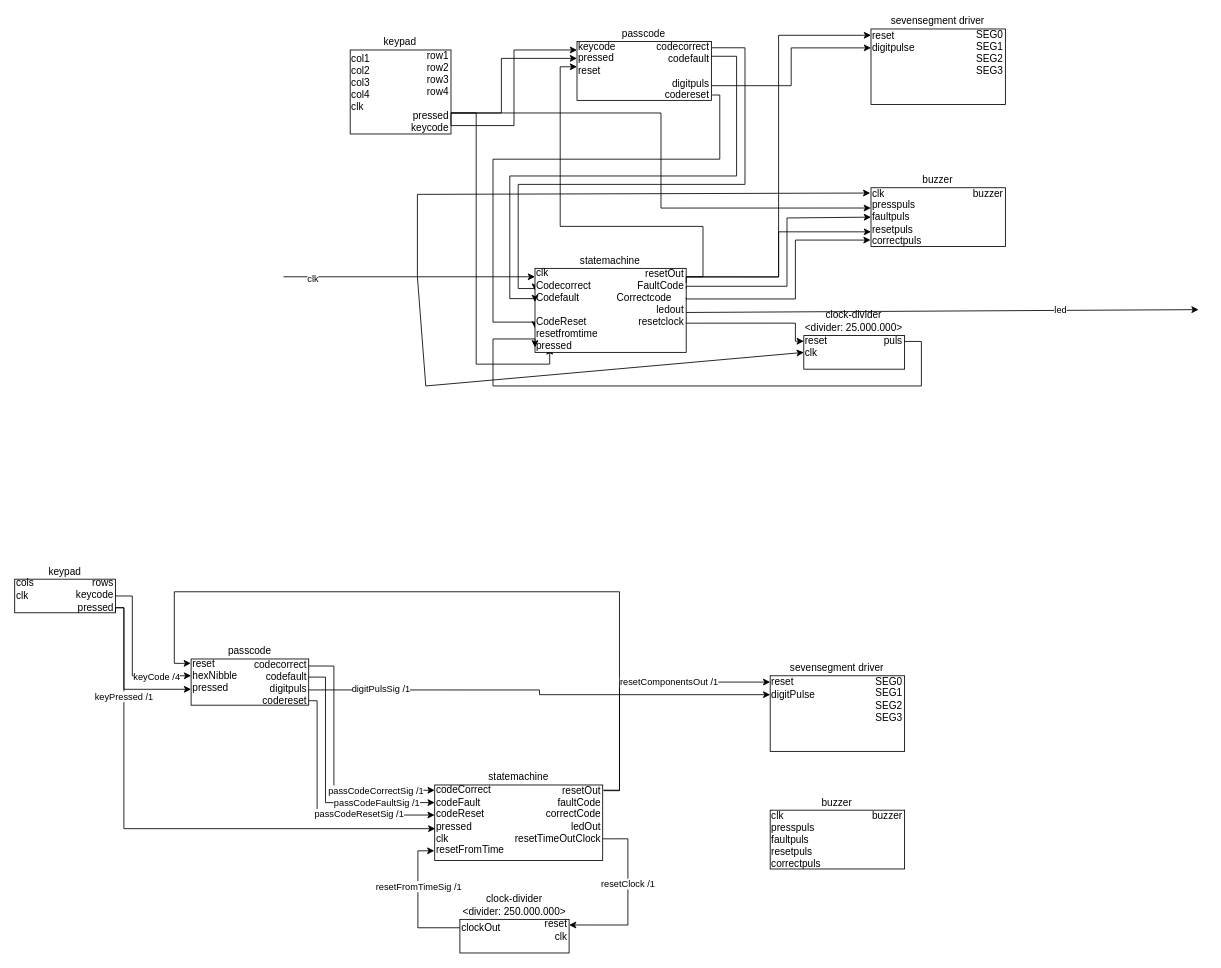
Above: page "diagram" (3 of 3) of eindopdracht.drawio in OlafGoud/HWP-keypad (draw.io), before the change. Source tidied: cells renumbered, new cells numbered last; positions are measured from the earlier drawing's top-left corner, leaving out a move shared by most shapes. Both pictures are drawn from the tidied source at 84%, with x=0, y=0 at pixel (14, 29).
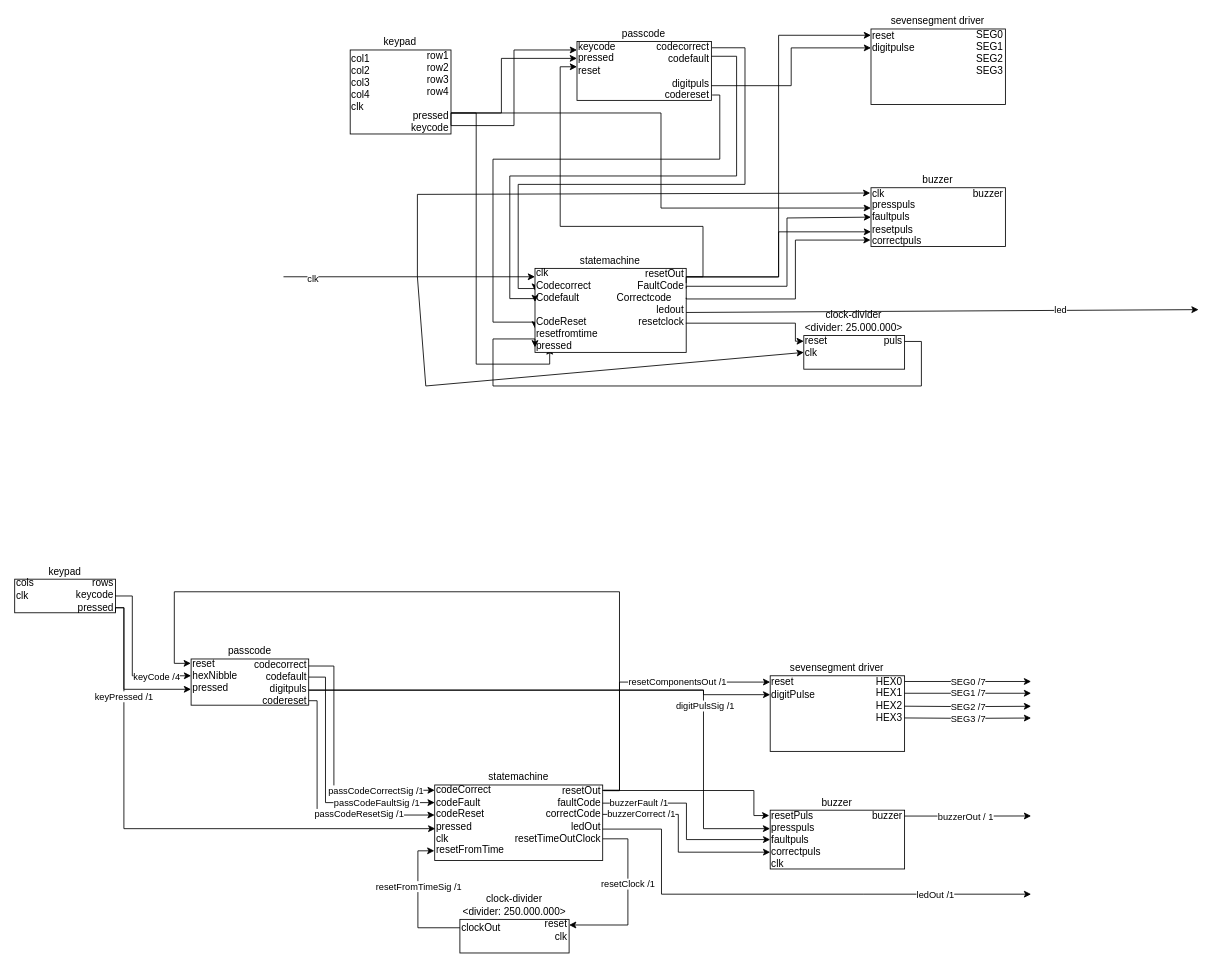
Above is the later version.

The change refers to these unchanged cells:
```xml
<mxCell id="47" style="edgeStyle=orthogonalEdgeStyle;shape=connector;rounded=0;jettySize=auto;html=1;exitX=1.006;exitY=0.088;exitDx=0;exitDy=0;entryX=0;entryY=0.25;entryDx=0;entryDy=0;strokeColor=default;align=center;verticalAlign=middle;fontFamily=Helvetica;fontSize=11;fontColor=default;labelBackgroundColor=default;defaultLabelBackgroundColor=page;endArrow=classic;exitPerimeter=0;" parent="1" edge="1" source="49" target="77">
  <mxGeometry x="-0.03" relative="1" as="geometry">
    <Array as="points">
      <mxPoint x="720" y="906.2" />
      <mxPoint x="720" y="777.5" />
    </Array>
  </mxGeometry>
</mxCell>
<mxCell id="49" value="resetOut&lt;div&gt;faultCode&lt;/div&gt;&lt;div&gt;correctCode&lt;/div&gt;&lt;div&gt;ledOut&lt;/div&gt;&lt;div&gt;resetTimeOutClock&lt;/div&gt;" style="text;html=1;whiteSpace=wrap;strokeColor=none;fillColor=none;align=right;verticalAlign=middle;rounded=0;" parent="1" vertex="1">
  <mxGeometry x="600" y="900" width="100" height="70" as="geometry" />
</mxCell>
<mxCell id="62" value="codecorrect&lt;div&gt;codefault&lt;/div&gt;&lt;div&gt;&lt;span style=&quot;background-color: transparent; color: light-dark(#000000, var(--ge-light-color, #ffffff));&quot;&gt;digitpuls&lt;/span&gt;&lt;/div&gt;&lt;div&gt;&lt;span style=&quot;background-color: transparent; color: light-dark(#000000, var(--ge-light-color, #ffffff));&quot;&gt;codereset&lt;/span&gt;&lt;/div&gt;" style="text;html=1;whiteSpace=wrap;strokeColor=none;fillColor=none;align=right;verticalAlign=middle;rounded=0;" parent="1" vertex="1">
  <mxGeometry x="280" y="750" width="70" height="55" as="geometry" />
</mxCell>
<mxCell id="77" value="reset&lt;div&gt;digitPulse&lt;/div&gt;" style="text;html=1;whiteSpace=wrap;strokeColor=none;fillColor=none;align=left;verticalAlign=middle;rounded=0;" parent="1" vertex="1">
  <mxGeometry x="899.4" y="770" width="60" height="30" as="geometry" />
</mxCell>
<mxCell id="80" value="buzzer" style="text;html=1;whiteSpace=wrap;strokeColor=none;fillColor=none;align=right;verticalAlign=middle;rounded=0;" parent="1" vertex="1">
  <mxGeometry x="999.4" y="930" width="60" height="14" as="geometry" />
</mxCell>
```

What changed in the source:
```diff
@@
     <mxCell id="48" value="&lt;span style=&quot;background-color: rgb(255, 255, 255);&quot;&gt;resetComponentsOut /1&lt;/span&gt;" style="edgeLabel;html=1;align=center;verticalAlign=middle;inheritText=1;defaultLabelBackgroundColor=page;" parent="47" vertex="1">
       <mxGeometry x="0.16" y="1" relative="1" as="geometry">
-        <mxPoint x="17" y="1" as="offset" />
+        <mxPoint x="27" y="1" as="offset" />
       </mxGeometry>
     </mxCell>
+    <mxCell id="81" style="edgeStyle=orthogonalEdgeStyle;shape=connector;rounded=0;jettySize=auto;html=1;exitX=0.998;exitY=0.309;exitDx=0;exitDy=0;entryX=0;entryY=0.5;entryDx=0;entryDy=0;strokeColor=default;align=center;verticalAlign=middle;fontFamily=Helvetica;fontSize=11;fontColor=default;labelBackgroundColor=default;defaultLabelBackgroundColor=page;endArrow=classic;exitPerimeter=0;" parent="1" edge="1" source="49" target="79">
+      <mxGeometry x="-0.02" relative="1" as="geometry" />
+    </mxCell>
+    <mxCell id="82" value="buzzerFault /1" style="edgeLabel;html=1;align=center;verticalAlign=middle;inheritText=1;defaultLabelBackgroundColor=page;" parent="81" vertex="1">
+      <mxGeometry x="-0.65" y="-2" relative="1" as="geometry">
+        <mxPoint y="-3" as="offset" />
+      </mxGeometry>
+    </mxCell>
+    <mxCell id="83" style="edgeStyle=orthogonalEdgeStyle;shape=connector;rounded=0;jettySize=auto;html=1;exitX=1;exitY=0.75;exitDx=0;exitDy=0;strokeColor=default;align=center;verticalAlign=middle;fontFamily=Helvetica;fontSize=11;fontColor=default;labelBackgroundColor=default;defaultLabelBackgroundColor=page;endArrow=classic;" parent="1" edge="1" source="49">
+      <mxGeometry x="-0.29" relative="1" as="geometry">
+        <mxPoint x="1210" y="1030" as="targetPoint" />
+        <Array as="points">
+          <mxPoint x="770" y="952.5" />
+          <mxPoint x="770" y="1030" />
+          <mxPoint x="1010" y="1030" />
+        </Array>
+      </mxGeometry>
+    </mxCell>
+    <mxCell id="84" value="ledOut /1" style="edgeLabel;html=1;align=center;verticalAlign=middle;inheritText=1;defaultLabelBackgroundColor=page;" parent="83" vertex="1">
+      <mxGeometry x="0.61" relative="1" as="geometry" />
+    </mxCell>
@@
     <mxCell id="60" style="edgeStyle=orthogonalEdgeStyle;shape=connector;rounded=0;jettySize=auto;html=1;exitX=0.996;exitY=0.67;exitDx=0;exitDy=0;entryX=0;entryY=0.75;entryDx=0;entryDy=0;strokeColor=default;align=center;verticalAlign=middle;fontFamily=Helvetica;fontSize=11;fontColor=default;labelBackgroundColor=default;defaultLabelBackgroundColor=page;endArrow=classic;exitPerimeter=0;" parent="1" edge="1" source="62" target="77">
-      <mxGeometry relative="1" as="geometry" />
+      <mxGeometry relative="1" as="geometry">
+        <Array as="points">
+          <mxPoint x="820" y="786.9" />
+          <mxPoint x="820" y="792.5" />
+        </Array>
+      </mxGeometry>
     </mxCell>
-    <mxCell id="61" value="digitPulsSig /1" style="edgeLabel;html=1;align=center;verticalAlign=middle;inheritText=1;defaultLabelBackgroundColor=page;" parent="60" vertex="1">
-      <mxGeometry x="-0.69" y="1" relative="1" as="geometry" />
-    </mxCell>
@@
+    <mxCell id="85" style="edgeStyle=orthogonalEdgeStyle;shape=connector;rounded=0;orthogonalLoop=1;jettySize=auto;html=1;exitX=1;exitY=0.25;exitDx=0;exitDy=0;strokeColor=default;align=center;verticalAlign=middle;fontFamily=Helvetica;fontSize=11;fontColor=default;labelBackgroundColor=default;defaultLabelBackgroundColor=page;endArrow=classic;" parent="1" edge="1">
+      <mxGeometry relative="1" as="geometry">
+        <mxPoint x="1059.4" y="776.8" as="sourcePoint" />
+        <mxPoint x="1210" y="776.8" as="targetPoint" />
+      </mxGeometry>
+    </mxCell>
+    <mxCell id="86" value="SEG0 /7" style="edgeLabel;html=1;align=center;verticalAlign=middle;inheritText=1;defaultLabelBackgroundColor=page;" parent="85" vertex="1">
+      <mxGeometry relative="1" as="geometry" />
+    </mxCell>
+    <mxCell id="87" style="edgeStyle=orthogonalEdgeStyle;shape=connector;rounded=0;orthogonalLoop=1;jettySize=auto;html=1;exitX=1;exitY=0.25;exitDx=0;exitDy=0;strokeColor=default;align=center;verticalAlign=middle;fontFamily=Helvetica;fontSize=11;fontColor=default;labelBackgroundColor=default;defaultLabelBackgroundColor=page;endArrow=classic;" parent="1" edge="1">
+      <mxGeometry relative="1" as="geometry">
+        <mxPoint x="1059.4" y="790.8" as="sourcePoint" />
+        <mxPoint x="1210" y="790.8" as="targetPoint" />
+      </mxGeometry>
+    </mxCell>
+    <mxCell id="88" value="SEG1 /7" style="edgeLabel;html=1;align=center;verticalAlign=middle;inheritText=1;defaultLabelBackgroundColor=page;" parent="87" vertex="1">
+      <mxGeometry relative="1" as="geometry" />
+    </mxCell>
+    <mxCell id="89" style="edgeStyle=orthogonalEdgeStyle;shape=connector;rounded=0;orthogonalLoop=1;jettySize=auto;html=1;exitX=1;exitY=0.75;exitDx=0;exitDy=0;strokeColor=default;align=center;verticalAlign=middle;fontFamily=Helvetica;fontSize=11;fontColor=default;labelBackgroundColor=default;defaultLabelBackgroundColor=page;endArrow=classic;" parent="1" edge="1">
+      <mxGeometry relative="1" as="geometry">
+        <mxPoint x="1059.4" y="806.2" as="sourcePoint" />
+        <mxPoint x="1210" y="806.3" as="targetPoint" />
+      </mxGeometry>
+    </mxCell>
+    <mxCell id="90" value="SEG2 /7" style="edgeLabel;html=1;align=center;verticalAlign=middle;inheritText=1;defaultLabelBackgroundColor=page;" parent="89" vertex="1">
+      <mxGeometry relative="1" as="geometry" />
+    </mxCell>
+    <mxCell id="91" style="edgeStyle=orthogonalEdgeStyle;shape=connector;rounded=0;orthogonalLoop=1;jettySize=auto;html=1;exitX=1;exitY=0.75;exitDx=0;exitDy=0;strokeColor=default;align=center;verticalAlign=middle;fontFamily=Helvetica;fontSize=11;fontColor=default;labelBackgroundColor=default;defaultLabelBackgroundColor=page;endArrow=classic;" parent="1" edge="1">
+      <mxGeometry relative="1" as="geometry">
+        <mxPoint x="1059.4" y="820.2" as="sourcePoint" />
+        <mxPoint x="1210" y="820.3" as="targetPoint" />
+      </mxGeometry>
+    </mxCell>
+    <mxCell id="92" value="SEG3 /7" style="edgeLabel;html=1;align=center;verticalAlign=middle;inheritText=1;defaultLabelBackgroundColor=page;" parent="91" vertex="1">
+      <mxGeometry relative="1" as="geometry" />
+    </mxCell>
-    <mxCell id="76" value="SEG0&lt;br&gt;SEG1&lt;div&gt;SEG2&lt;/div&gt;&lt;div&gt;SEG3&lt;/div&gt;" style="text;html=1;whiteSpace=wrap;strokeColor=none;fillColor=none;align=right;verticalAlign=middle;rounded=0;" parent="1" vertex="1">
+    <mxCell id="76" value="HEX0&lt;br&gt;HEX1&lt;div&gt;HEX2&lt;/div&gt;&lt;div&gt;HEX3&lt;/div&gt;" style="text;html=1;whiteSpace=wrap;strokeColor=none;fillColor=none;align=right;verticalAlign=middle;rounded=0;" parent="1" vertex="1">
       <mxGeometry x="999.4" y="770" width="60" height="55" as="geometry" />
     </mxCell>
@@
-    <mxCell id="79" value="&lt;div&gt;clk&lt;/div&gt;presspuls&lt;div&gt;faultpuls&lt;/div&gt;&lt;div&gt;resetpuls&lt;/div&gt;&lt;div&gt;correctpuls&lt;/div&gt;" style="text;html=1;whiteSpace=wrap;strokeColor=none;fillColor=none;align=left;verticalAlign=middle;rounded=0;" parent="1" vertex="1">
+    <mxCell id="79" value="&lt;div&gt;resetPuls&lt;/div&gt;presspuls&lt;div&gt;faultpuls&lt;/div&gt;&lt;div&gt;&lt;span style=&quot;background-color: transparent; color: light-dark(#000000, var(--ge-light-color, #ffffff));&quot;&gt;correctpuls&lt;/span&gt;&lt;/div&gt;&lt;div&gt;&lt;span style=&quot;background-color: transparent; color: light-dark(#000000, var(--ge-light-color, #ffffff));&quot;&gt;clk&lt;/span&gt;&lt;/div&gt;" style="text;html=1;whiteSpace=wrap;strokeColor=none;fillColor=none;align=left;verticalAlign=middle;rounded=0;" parent="1" vertex="1">
       <mxGeometry x="899.4" y="930" width="60" height="70" as="geometry" />
     </mxCell>
+    <mxCell id="93" style="edgeStyle=orthogonalEdgeStyle;shape=connector;rounded=0;jettySize=auto;html=1;exitX=1;exitY=0.5;exitDx=0;exitDy=0;strokeColor=default;align=center;verticalAlign=middle;fontFamily=Helvetica;fontSize=11;fontColor=default;labelBackgroundColor=default;defaultLabelBackgroundColor=page;endArrow=classic;" parent="1" edge="1" source="80">
+      <mxGeometry relative="1" as="geometry">
+        <mxPoint x="1210" y="936.9" as="targetPoint" />
+      </mxGeometry>
+    </mxCell>
+    <mxCell id="94" value="buzzerOut / 1" style="edgeLabel;html=1;align=center;verticalAlign=middle;inheritText=1;defaultLabelBackgroundColor=page;" parent="93" vertex="1">
+      <mxGeometry x="-0.05" relative="1" as="geometry" />
+    </mxCell>
@@
+    <mxCell id="95" style="edgeStyle=orthogonalEdgeStyle;shape=connector;rounded=0;jettySize=auto;html=1;exitX=1;exitY=0.5;exitDx=0;exitDy=0;strokeColor=default;align=center;verticalAlign=middle;fontFamily=Helvetica;fontSize=11;fontColor=default;labelBackgroundColor=default;defaultLabelBackgroundColor=page;endArrow=classic;" parent="1" edge="1" source="49" target="79">
+      <mxGeometry x="0.06" relative="1" as="geometry">
+        <Array as="points">
+          <mxPoint x="790" y="935" />
+          <mxPoint x="790" y="980" />
+        </Array>
+      </mxGeometry>
+    </mxCell>
+    <mxCell id="96" value="buzzerCorrect /1" style="edgeLabel;html=1;align=center;verticalAlign=middle;inheritText=1;defaultLabelBackgroundColor=page;" parent="95" vertex="1">
+      <mxGeometry x="-0.66" y="1" relative="1" as="geometry">
+        <mxPoint x="3" as="offset" />
+      </mxGeometry>
+    </mxCell>
+    <mxCell id="97" style="edgeStyle=orthogonalEdgeStyle;shape=connector;rounded=0;jettySize=auto;html=1;exitX=1.005;exitY=0.679;exitDx=0;exitDy=0;entryX=-0.002;entryY=0.314;entryDx=0;entryDy=0;entryPerimeter=0;strokeColor=default;align=center;verticalAlign=middle;fontFamily=Helvetica;fontSize=11;fontColor=default;labelBackgroundColor=default;defaultLabelBackgroundColor=page;endArrow=classic;exitPerimeter=0;" parent="1" edge="1" source="62" target="79">
+      <mxGeometry relative="1" as="geometry">
+        <Array as="points">
+          <mxPoint x="820" y="787.3" />
+          <mxPoint x="820" y="952" />
+        </Array>
+      </mxGeometry>
+    </mxCell>
+    <mxCell id="61" value="digitPulsSig /1" style="edgeLabel;html=1;align=center;verticalAlign=middle;inheritText=1;defaultLabelBackgroundColor=page;" parent="97" vertex="1">
+      <mxGeometry x="-0.68" relative="1" as="geometry">
+        <mxPoint x="357" y="18" as="offset" />
+      </mxGeometry>
+    </mxCell>
+    <mxCell id="98" style="edgeStyle=orthogonalEdgeStyle;shape=connector;rounded=0;jettySize=auto;html=1;exitX=0.997;exitY=0.094;exitDx=0;exitDy=0;entryX=-0.018;entryY=0.091;entryDx=0;entryDy=0;entryPerimeter=0;strokeColor=default;align=center;verticalAlign=middle;fontFamily=Helvetica;fontSize=11;fontColor=default;labelBackgroundColor=default;defaultLabelBackgroundColor=page;endArrow=classic;exitPerimeter=0;" parent="1" edge="1" source="49" target="79">
+      <mxGeometry x="0.03" relative="1" as="geometry">
+        <Array as="points">
+          <mxPoint x="880" y="906.6" />
+          <mxPoint x="880" y="936.4" />
+        </Array>
+      </mxGeometry>
+    </mxCell>
```
